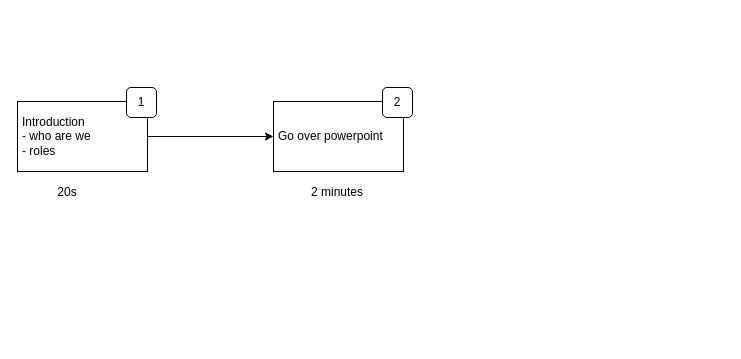
Earlier version of the draw.io diagram page "Page-8" (8 of 8) of Final Demo Workflow.drawio (Tapnaanshu/drawio). Source tidied: cells renumbered, new cells numbered last; positions are measured from the earlier drawing's top-left corner, leaving out a move shared by most shapes. Both pictures are drawn from the tidied source at 100%, with x=0, y=0 at pixel (17, 87).
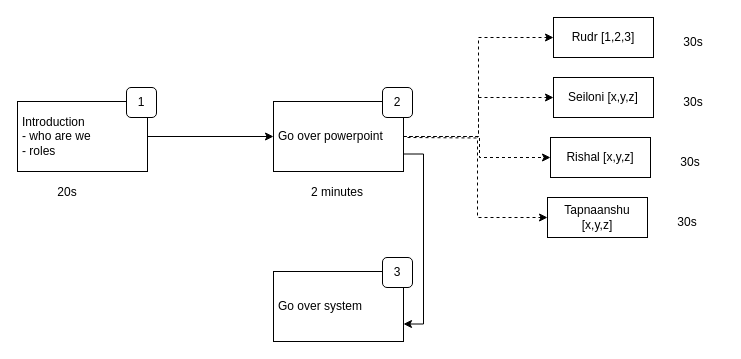
Above is the later version.

Unchanged cells that the change refers to:
```xml
<mxCell id="7" value="Go over powerpoint" style="whiteSpace=wrap;html=1;align=left;perimeterSpacing=0;spacing=5;" parent="6" vertex="1">
  <mxGeometry y="14" width="130" height="70" as="geometry" />
</mxCell>
```

Change to the diagram source:
```diff
@@
+    <mxCell id="11" value="Rudr [1,2,3]" style="whiteSpace=wrap;html=1;align=center;" parent="1" vertex="1">
+      <mxGeometry x="536" y="-70" width="100" height="40" as="geometry" />
+    </mxCell>
+    <mxCell id="12" value="30s" style="text;html=1;whiteSpace=wrap;strokeColor=none;fillColor=none;align=center;verticalAlign=middle;rounded=0;" parent="1" vertex="1">
+      <mxGeometry x="646" y="-60" width="60" height="30" as="geometry" />
+    </mxCell>
+    <mxCell id="13" style="edgeStyle=orthogonalEdgeStyle;rounded=0;jettySize=auto;html=1;exitX=1;exitY=0.5;exitDx=0;exitDy=0;entryX=0;entryY=0.5;entryDx=0;entryDy=0;defaultLabelBackgroundColor=page;dashed=1;" parent="1" edge="1" source="7" target="11">
+      <mxGeometry relative="1" as="geometry" />
+    </mxCell>
+    <mxCell id="14" value="Seiloni [x,y,z]" style="whiteSpace=wrap;html=1;align=center;" parent="1" vertex="1">
+      <mxGeometry x="536" y="-10" width="100" height="40" as="geometry" />
+    </mxCell>
+    <mxCell id="15" value="30s" style="text;html=1;whiteSpace=wrap;strokeColor=none;fillColor=none;align=center;verticalAlign=middle;rounded=0;" parent="1" vertex="1">
+      <mxGeometry x="646" width="60" height="30" as="geometry" />
+    </mxCell>
+    <mxCell id="16" style="edgeStyle=orthogonalEdgeStyle;rounded=0;jettySize=auto;html=1;exitX=1;exitY=0.5;exitDx=0;exitDy=0;entryX=0;entryY=0.5;entryDx=0;entryDy=0;defaultLabelBackgroundColor=page;dashed=1;" parent="1" edge="1" source="7" target="14">
+      <mxGeometry relative="1" as="geometry" />
+    </mxCell>
+    <mxCell id="17" value="Rishal [x,y,z]" style="whiteSpace=wrap;html=1;align=center;" parent="1" vertex="1">
+      <mxGeometry x="533" y="50" width="100" height="40" as="geometry" />
+    </mxCell>
+    <mxCell id="18" value="30s" style="text;html=1;whiteSpace=wrap;strokeColor=none;fillColor=none;align=center;verticalAlign=middle;rounded=0;" parent="1" vertex="1">
+      <mxGeometry x="643" y="60" width="60" height="30" as="geometry" />
+    </mxCell>
+    <mxCell id="19" style="edgeStyle=orthogonalEdgeStyle;rounded=0;jettySize=auto;html=1;entryX=0;entryY=0.5;entryDx=0;entryDy=0;defaultLabelBackgroundColor=page;dashed=1;" parent="1" edge="1" target="17">
+      <mxGeometry relative="1" as="geometry">
+        <mxPoint x="390" y="50" as="sourcePoint" />
+      </mxGeometry>
+    </mxCell>
+    <mxCell id="20" value="Tapnaanshu [x,y,z]" style="whiteSpace=wrap;html=1;align=center;" parent="1" vertex="1">
+      <mxGeometry x="530" y="110" width="100" height="40" as="geometry" />
+    </mxCell>
+    <mxCell id="21" value="30s" style="text;html=1;whiteSpace=wrap;strokeColor=none;fillColor=none;align=center;verticalAlign=middle;rounded=0;" parent="1" vertex="1">
+      <mxGeometry x="640" y="120" width="60" height="30" as="geometry" />
+    </mxCell>
+    <mxCell id="22" style="edgeStyle=orthogonalEdgeStyle;rounded=0;jettySize=auto;html=1;exitX=1;exitY=0.5;exitDx=0;exitDy=0;entryX=0;entryY=0.5;entryDx=0;entryDy=0;defaultLabelBackgroundColor=page;dashed=1;" parent="1" edge="1" source="7" target="20">
+      <mxGeometry relative="1" as="geometry">
+        <Array as="points">
+          <mxPoint x="460" y="49" />
+          <mxPoint x="460" y="130" />
+        </Array>
+      </mxGeometry>
+    </mxCell>
+    <mxCell id="23" style="group;" parent="1" vertex="1">
+      <mxGeometry x="256" y="170" width="139" height="84" as="geometry" />
+    </mxCell>
+    <mxCell id="24" value="Go over system" style="whiteSpace=wrap;html=1;align=left;perimeterSpacing=0;spacing=5;" parent="23" vertex="1">
+      <mxGeometry y="14" width="130" height="70" as="geometry" />
+    </mxCell>
+    <mxCell id="25" value="3" style="whiteSpace=wrap;html=1;align=center;rounded=1;roundedPerimeter=1;" parent="23" vertex="1">
+      <mxGeometry x="109" width="30" height="30" as="geometry" />
+    </mxCell>
+    <mxCell id="26" style="edgeStyle=orthogonalEdgeStyle;rounded=0;jettySize=auto;html=1;exitX=1;exitY=0.75;exitDx=0;exitDy=0;entryX=1;entryY=0.75;entryDx=0;entryDy=0;defaultLabelBackgroundColor=page;" parent="1" edge="1" source="7" target="24">
+      <mxGeometry relative="1" as="geometry" />
+    </mxCell>
```
